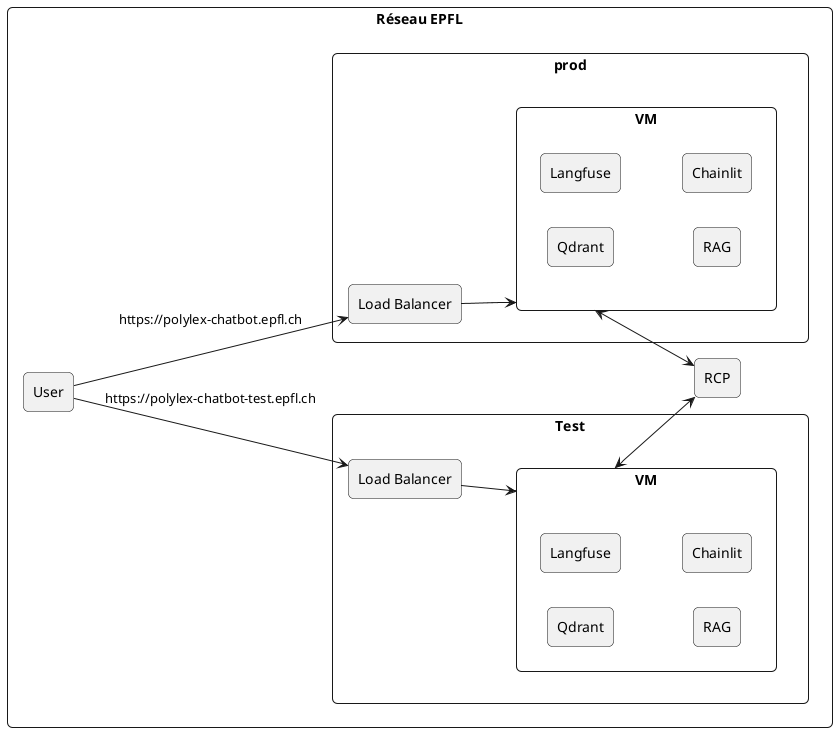
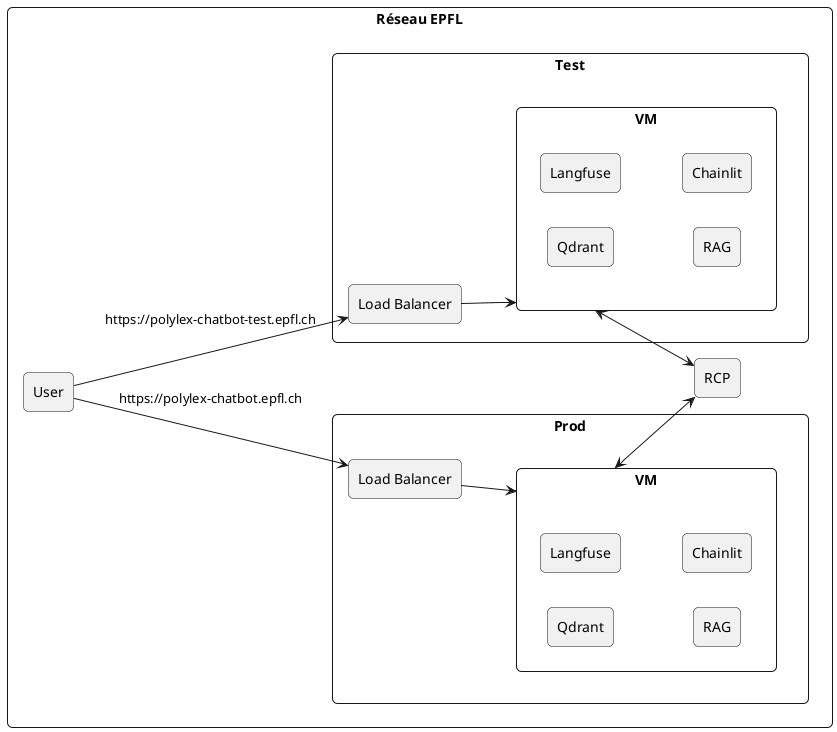
@startuml

left to right direction

skinparam shadowing false
skinparam roundCorner 10

rectangle "Réseau EPFL" {

  rectangle "User" as user

+   rectangle "Prod" as PROD {
+ 
+     rectangle "Load Balancer" as lb_prod
+ 
+     rectangle "VM" as vm_prod {
+       rectangle "Qdrant" as qdrant_prod
+       rectangle "Langfuse" as langfuse_prod
+       rectangle "RAG" as rag_prod
+       rectangle "Chainlit" as chainlit_prod
+     }
+   }
+ 
  rectangle "Test" as TEST {
    rectangle "Load Balancer" as lb_test

    rectangle "VM" as vm_test {
      rectangle "Qdrant" as qdrant_test
      rectangle "Langfuse" as langfuse_test
      rectangle "RAG" as rag_test
      rectangle "Chainlit" as chainlit_test
-     }
-   }
- 
-   rectangle "prod" as PROD {
- 
-     rectangle "Load Balancer" as lb_prod
- 
-     rectangle "VM" as vm_prod {
-       rectangle "Qdrant" as qdrant_prod
-       rectangle "Langfuse" as langfuse_prod
-       rectangle "RAG" as rag_prod
-       rectangle "Chainlit" as chainlit_prod
    }
  }

  rectangle "RCP" as rcp
}

user --> lb_test : https://polylex-chatbot-test.epfl.ch
user --> lb_prod : https://polylex-chatbot.epfl.ch

lb_test --> vm_test
lb_prod --> vm_prod

vm_test <--> rcp
vm_prod <--> rcp

@enduml
